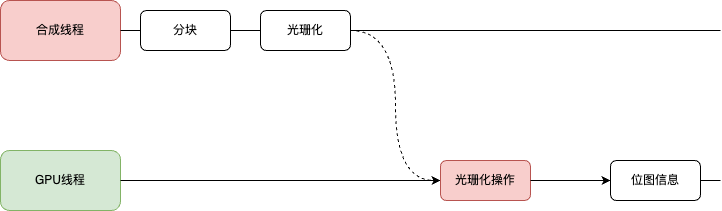
Above: 浏览器:光珊化.drawio.png in JYbill/draw (draw.io), before the change. Source tidied: cells renumbered, new cells last; positions are measured from the earlier drawing's top-left corner, leaving out a move shared by most shapes.
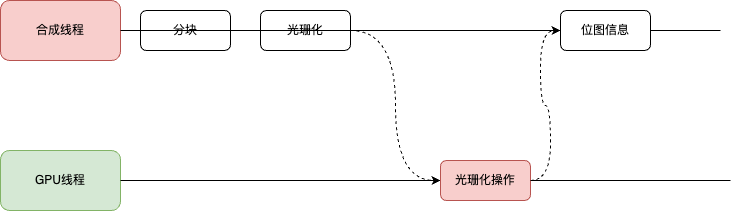
Later version of the same file.

Commit message:
更新浏览器:光珊化.drawio.png

What changed in the source:
```diff
@@ -5,7 +5,7 @@
     <mxCell id="2" value="合成线程" style="rounded=1;whiteSpace=wrap;html=1;fillColor=#f8cecc;strokeColor=#b85450;" parent="1" vertex="1">
       <mxGeometry width="120" height="60" as="geometry" />
     </mxCell>
-    <mxCell id="3" style="endArrow=none;html=1;rounded=0;exitX=1;exitY=0.5;exitDx=0;exitDy=0;" parent="1" edge="1" source="2">
+    <mxCell id="3" style="endArrow=none;html=1;rounded=0;exitX=1;exitY=0.5;exitDx=0;exitDy=0;" parent="1" edge="1" source="13">
       <mxGeometry relative="1" as="geometry">
         <mxPoint x="720" y="30" as="targetPoint" />
       </mxGeometry>
@@ -22,11 +22,6 @@
     <mxCell id="7" value="GPU线程" style="rounded=1;whiteSpace=wrap;html=1;fillColor=#d5e8d4;strokeColor=#82b366;" parent="1" vertex="1">
       <mxGeometry y="150" width="120" height="60" as="geometry" />
     </mxCell>
-    <mxCell id="8" style="endArrow=none;html=1;rounded=0;exitX=1;exitY=0.5;exitDx=0;exitDy=0;" parent="1" edge="1" source="13">
-      <mxGeometry relative="1" as="geometry">
-        <mxPoint x="720" y="180" as="targetPoint" />
-      </mxGeometry>
-    </mxCell>
     <mxCell id="9" style="endArrow=none;html=1;rounded=0;exitX=1;exitY=0.5;exitDx=0;exitDy=0;" parent="1" edge="1" source="7" target="11">
       <mxGeometry relative="1" as="geometry" />
     </mxCell>
@@ -36,11 +31,16 @@
     <mxCell id="11" value="光珊化操作" style="rounded=1;whiteSpace=wrap;html=1;fillColor=#f8cecc;strokeColor=#b85450;" parent="1" vertex="1">
       <mxGeometry x="440" y="160" width="90" height="40" as="geometry" />
     </mxCell>
-    <mxCell id="12" style="endArrow=none;html=1;rounded=0;exitX=1;exitY=0.5;exitDx=0;exitDy=0;" parent="1" edge="1" source="11" target="13">
-      <mxGeometry relative="1" as="geometry" />
+    <mxCell id="12" style="endArrow=none;html=1;rounded=0;exitX=1;exitY=0.5;exitDx=0;exitDy=0;" parent="1" edge="1" source="11">
+      <mxGeometry relative="1" as="geometry">
+        <mxPoint x="730" y="180" as="targetPoint" />
+      </mxGeometry>
     </mxCell>
+    <mxCell id="14" style="endArrow=none;html=1;rounded=0;exitX=1;exitY=0.5;exitDx=0;exitDy=0;" parent="1" edge="1" source="2" target="13">
+      <mxGeometry relative="1" as="geometry" />
+    </mxCell>
     <mxCell id="13" value="位图信息" style="rounded=1;whiteSpace=wrap;html=1;" parent="1" vertex="1">
-      <mxGeometry x="610" y="160" width="90" height="40" as="geometry" />
+      <mxGeometry x="560" y="10" width="90" height="40" as="geometry" />
     </mxCell>
   </root>
 </mxGraphModel>
```
